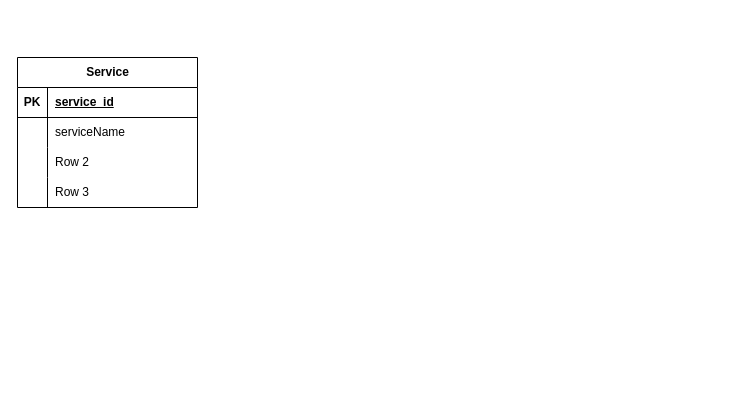
Earlier version of the draw.io diagram Service Database.drawio (alexraju01/filmfinder). Source tidied: cells renumbered, new cells numbered last; positions are measured from the earlier drawing's top-left corner, leaving out a move shared by most shapes. Both pictures are drawn from the tidied source at 100%, with x=0, y=0 at pixel (17, 57).
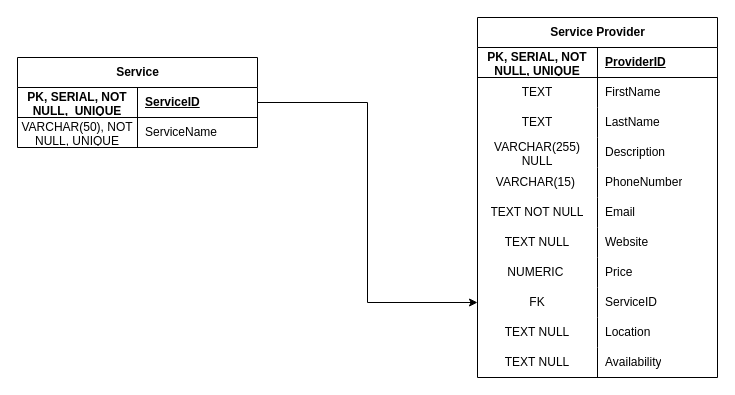
The same diagram, later.

Change to the diagram source:
```diff
@@
+    <mxCell id="15" value="Service Provider" style="shape=table;startSize=30;childLayout=tableLayout;rowLines=0;fontStyle=1;align=center;html=1;" parent="1" vertex="1">
+      <mxGeometry x="460" y="-40" width="240" height="360" as="geometry" />
+    </mxCell>
+    <mxCell id="16" style="shape=tableRow;horizontal=0;startSize=0;swimlaneHead=0;swimlaneBody=0;fillColor=none;top=0;left=0;right=0;bottom=1;" parent="15" vertex="1">
+      <mxGeometry y="30" width="240" height="30" as="geometry" />
+    </mxCell>
+    <mxCell id="17" value="PK, SERIAL, NOT NULL, UNIQUE" style="shape=partialRectangle;fillColor=none;top=0;left=0;bottom=0;right=0;fontStyle=1;overflow=hidden;whiteSpace=wrap;html=1;" parent="16" vertex="1">
+      <mxGeometry width="120" height="30" as="geometry" />
+    </mxCell>
+    <mxCell id="18" value="ProviderID" style="shape=partialRectangle;fillColor=none;top=0;left=0;bottom=0;right=0;align=left;spacingLeft=6;fontStyle=5;overflow=hidden;whiteSpace=wrap;html=1;" parent="16" vertex="1">
+      <mxGeometry x="120" width="120" height="30" as="geometry" />
+    </mxCell>
+    <mxCell id="19" style="shape=tableRow;horizontal=0;startSize=0;swimlaneHead=0;swimlaneBody=0;fillColor=none;top=0;left=0;right=0;bottom=0;" parent="15" vertex="1">
+      <mxGeometry y="60" width="240" height="30" as="geometry" />
+    </mxCell>
+    <mxCell id="20" value="TEXT" style="shape=partialRectangle;fillColor=none;top=0;left=0;bottom=0;right=0;overflow=hidden;whiteSpace=wrap;html=1;" parent="19" vertex="1">
+      <mxGeometry width="120" height="30" as="geometry" />
+    </mxCell>
+    <mxCell id="21" value="FirstName" style="shape=partialRectangle;fillColor=none;top=0;left=0;bottom=0;right=0;align=left;spacingLeft=6;overflow=hidden;whiteSpace=wrap;html=1;" parent="19" vertex="1">
+      <mxGeometry x="120" width="120" height="30" as="geometry" />
+    </mxCell>
+    <mxCell id="22" style="shape=tableRow;horizontal=0;startSize=0;swimlaneHead=0;swimlaneBody=0;fillColor=none;top=0;left=0;right=0;bottom=0;" parent="15" vertex="1">
+      <mxGeometry y="90" width="240" height="30" as="geometry" />
+    </mxCell>
+    <mxCell id="23" value="TEXT" style="shape=partialRectangle;fillColor=none;top=0;left=0;bottom=0;right=0;overflow=hidden;whiteSpace=wrap;html=1;" parent="22" vertex="1">
+      <mxGeometry width="120" height="30" as="geometry" />
+    </mxCell>
+    <mxCell id="24" value="LastName" style="shape=partialRectangle;fillColor=none;top=0;left=0;bottom=0;right=0;align=left;spacingLeft=6;overflow=hidden;whiteSpace=wrap;html=1;" parent="22" vertex="1">
+      <mxGeometry x="120" width="120" height="30" as="geometry" />
+    </mxCell>
+    <mxCell id="25" style="shape=tableRow;horizontal=0;startSize=0;swimlaneHead=0;swimlaneBody=0;fillColor=none;top=0;left=0;right=0;bottom=0;" parent="15" vertex="1">
+      <mxGeometry y="120" width="240" height="30" as="geometry" />
+    </mxCell>
+    <mxCell id="26" value="VARCHAR(255) NULL" style="shape=partialRectangle;fillColor=none;top=0;left=0;bottom=0;right=0;overflow=hidden;whiteSpace=wrap;html=1;" parent="25" vertex="1">
+      <mxGeometry width="120" height="30" as="geometry" />
+    </mxCell>
+    <mxCell id="27" value="D&lt;span style=&quot;background-color: initial;&quot;&gt;escription&lt;/span&gt;" style="shape=partialRectangle;fillColor=none;top=0;left=0;bottom=0;right=0;align=left;spacingLeft=6;overflow=hidden;whiteSpace=wrap;html=1;" parent="25" vertex="1">
+      <mxGeometry x="120" width="120" height="30" as="geometry" />
+    </mxCell>
+    <mxCell id="28" style="shape=tableRow;horizontal=0;startSize=0;swimlaneHead=0;swimlaneBody=0;fillColor=none;top=0;left=0;right=0;bottom=0;" parent="15" vertex="1">
+      <mxGeometry y="150" width="240" height="30" as="geometry" />
+    </mxCell>
+    <mxCell id="29" value="VARCHAR(15)&amp;nbsp;" style="shape=partialRectangle;fillColor=none;top=0;left=0;bottom=0;right=0;overflow=hidden;whiteSpace=wrap;html=1;" parent="28" vertex="1">
+      <mxGeometry width="120" height="30" as="geometry" />
+    </mxCell>
+    <mxCell id="30" value="PhoneNumber" style="shape=partialRectangle;fillColor=none;top=0;left=0;bottom=0;right=0;align=left;spacingLeft=6;overflow=hidden;whiteSpace=wrap;html=1;" parent="28" vertex="1">
+      <mxGeometry x="120" width="120" height="30" as="geometry" />
+    </mxCell>
+    <mxCell id="31" style="shape=tableRow;horizontal=0;startSize=0;swimlaneHead=0;swimlaneBody=0;fillColor=none;top=0;left=0;right=0;bottom=0;" parent="15" vertex="1">
+      <mxGeometry y="180" width="240" height="30" as="geometry" />
+    </mxCell>
+    <mxCell id="32" value="TEXT NOT NULL" style="shape=partialRectangle;fillColor=none;top=0;left=0;bottom=0;right=0;overflow=hidden;whiteSpace=wrap;html=1;" parent="31" vertex="1">
+      <mxGeometry width="120" height="30" as="geometry" />
+    </mxCell>
+    <mxCell id="33" value="Email" style="shape=partialRectangle;fillColor=none;top=0;left=0;bottom=0;right=0;align=left;spacingLeft=6;overflow=hidden;whiteSpace=wrap;html=1;" parent="31" vertex="1">
+      <mxGeometry x="120" width="120" height="30" as="geometry" />
+    </mxCell>
+    <mxCell id="34" style="shape=tableRow;horizontal=0;startSize=0;swimlaneHead=0;swimlaneBody=0;fillColor=none;top=0;left=0;right=0;bottom=0;" parent="15" vertex="1">
+      <mxGeometry y="210" width="240" height="30" as="geometry" />
+    </mxCell>
+    <mxCell id="35" value="TEXT NULL" style="shape=partialRectangle;fillColor=none;top=0;left=0;bottom=0;right=0;overflow=hidden;whiteSpace=wrap;html=1;" parent="34" vertex="1">
+      <mxGeometry width="120" height="30" as="geometry" />
+    </mxCell>
+    <mxCell id="36" value="Website" style="shape=partialRectangle;fillColor=none;top=0;left=0;bottom=0;right=0;align=left;spacingLeft=6;overflow=hidden;whiteSpace=wrap;html=1;" parent="34" vertex="1">
+      <mxGeometry x="120" width="120" height="30" as="geometry" />
+    </mxCell>
+    <mxCell id="37" style="shape=tableRow;horizontal=0;startSize=0;swimlaneHead=0;swimlaneBody=0;fillColor=none;top=0;left=0;right=0;bottom=0;" parent="15" vertex="1">
+      <mxGeometry y="240" width="240" height="30" as="geometry" />
+    </mxCell>
+    <mxCell id="38" value="NUMERIC&amp;nbsp;" style="shape=partialRectangle;fillColor=none;top=0;left=0;bottom=0;right=0;overflow=hidden;whiteSpace=wrap;html=1;" parent="37" vertex="1">
+      <mxGeometry width="120" height="30" as="geometry" />
+    </mxCell>
+    <mxCell id="39" value="Price" style="shape=partialRectangle;fillColor=none;top=0;left=0;bottom=0;right=0;align=left;spacingLeft=6;overflow=hidden;whiteSpace=wrap;html=1;" parent="37" vertex="1">
+      <mxGeometry x="120" width="120" height="30" as="geometry" />
+    </mxCell>
+    <mxCell id="40" style="shape=tableRow;horizontal=0;startSize=0;swimlaneHead=0;swimlaneBody=0;fillColor=none;points=[[0,0.5],[1,0.5]];portConstraint=eastwest;top=0;left=0;right=0;bottom=0;" parent="15" vertex="1">
+      <mxGeometry y="270" width="240" height="30" as="geometry" />
+    </mxCell>
+    <mxCell id="41" value="FK" style="shape=partialRectangle;fillColor=none;top=0;left=0;bottom=0;right=0;overflow=hidden;whiteSpace=wrap;html=1;" parent="40" vertex="1">
+      <mxGeometry width="120" height="30" as="geometry" />
+    </mxCell>
+    <mxCell id="42" value="ServiceID" style="shape=partialRectangle;fillColor=none;top=0;left=0;bottom=0;right=0;align=left;spacingLeft=6;overflow=hidden;whiteSpace=wrap;html=1;" parent="40" vertex="1">
+      <mxGeometry x="120" width="120" height="30" as="geometry" />
+    </mxCell>
+    <mxCell id="43" style="shape=tableRow;horizontal=0;startSize=0;swimlaneHead=0;swimlaneBody=0;fillColor=none;top=0;left=0;right=0;bottom=0;" parent="15" vertex="1">
+      <mxGeometry y="300" width="240" height="30" as="geometry" />
+    </mxCell>
+    <mxCell id="44" value="TEXT NULL" style="shape=partialRectangle;fillColor=none;top=0;left=0;bottom=0;right=0;overflow=hidden;whiteSpace=wrap;html=1;" parent="43" vertex="1">
+      <mxGeometry width="120" height="30" as="geometry" />
+    </mxCell>
+    <mxCell id="45" value="Location" style="shape=partialRectangle;fillColor=none;top=0;left=0;bottom=0;right=0;align=left;spacingLeft=6;overflow=hidden;whiteSpace=wrap;html=1;" parent="43" vertex="1">
+      <mxGeometry x="120" width="120" height="30" as="geometry" />
+    </mxCell>
+    <mxCell id="46" style="shape=tableRow;horizontal=0;startSize=0;swimlaneHead=0;swimlaneBody=0;fillColor=none;top=0;left=0;right=0;bottom=0;" parent="15" vertex="1">
+      <mxGeometry y="330" width="240" height="30" as="geometry" />
+    </mxCell>
+    <mxCell id="47" value="TEXT NULL" style="shape=partialRectangle;fillColor=none;top=0;left=0;bottom=0;right=0;overflow=hidden;whiteSpace=wrap;html=1;" parent="46" vertex="1">
+      <mxGeometry width="120" height="30" as="geometry" />
+    </mxCell>
+    <mxCell id="48" value="Availability" style="shape=partialRectangle;fillColor=none;top=0;left=0;bottom=0;right=0;align=left;spacingLeft=6;overflow=hidden;whiteSpace=wrap;html=1;" parent="46" vertex="1">
+      <mxGeometry x="120" width="120" height="30" as="geometry" />
+    </mxCell>
     <mxCell id="2" value="Service" style="shape=table;startSize=30;childLayout=tableLayout;rowLines=0;fontStyle=1;align=center;html=1;" parent="1" vertex="1">
-      <mxGeometry width="180" height="150" as="geometry" />
+      <mxGeometry width="240" height="90" as="geometry" />
     </mxCell>
     <mxCell id="3" style="shape=tableRow;horizontal=0;startSize=0;swimlaneHead=0;swimlaneBody=0;fillColor=none;points=[[0,0.5],[1,0.5]];portConstraint=eastwest;top=0;left=0;right=0;bottom=1;" parent="2" vertex="1">
-      <mxGeometry y="30" width="180" height="30" as="geometry" />
+      <mxGeometry y="30" width="240" height="30" as="geometry" />
     </mxCell>
-    <mxCell id="4" value="PK" style="shape=partialRectangle;fillColor=none;top=0;left=0;bottom=0;right=0;fontStyle=1;overflow=hidden;whiteSpace=wrap;html=1;" parent="3" vertex="1">
-      <mxGeometry width="30" height="30" as="geometry" />
+    <mxCell id="4" value="PK, SERIAL, NOT NULL,&amp;nbsp; UNIQUE" style="shape=partialRectangle;fillColor=none;top=0;left=0;bottom=0;right=0;fontStyle=1;overflow=hidden;whiteSpace=wrap;html=1;" parent="3" vertex="1">
+      <mxGeometry width="120" height="30" as="geometry" />
     </mxCell>
-    <mxCell id="5" value="service_id" style="shape=partialRectangle;fillColor=none;top=0;left=0;bottom=0;right=0;align=left;spacingLeft=6;fontStyle=5;overflow=hidden;whiteSpace=wrap;html=1;" parent="3" vertex="1">
-      <mxGeometry x="30" width="150" height="30" as="geometry" />
+    <mxCell id="5" value="ServiceID" style="shape=partialRectangle;fillColor=none;top=0;left=0;bottom=0;right=0;align=left;spacingLeft=6;fontStyle=5;overflow=hidden;whiteSpace=wrap;html=1;" parent="3" vertex="1">
+      <mxGeometry x="120" width="120" height="30" as="geometry" />
     </mxCell>
     <mxCell id="6" style="shape=tableRow;horizontal=0;startSize=0;swimlaneHead=0;swimlaneBody=0;fillColor=none;top=0;left=0;right=0;bottom=0;" parent="2" vertex="1">
-      <mxGeometry y="60" width="180" height="30" as="geometry" />
+      <mxGeometry y="60" width="240" height="30" as="geometry" />
     </mxCell>
-    <mxCell id="7" style="shape=partialRectangle;fillColor=none;top=0;left=0;bottom=0;right=0;overflow=hidden;whiteSpace=wrap;html=1;" parent="6" vertex="1">
-      <mxGeometry width="30" height="30" as="geometry" />
+    <mxCell id="7" value="VARCHAR(50), NOT NULL, UNIQUE" style="shape=partialRectangle;fillColor=none;top=0;left=0;bottom=0;right=0;overflow=hidden;whiteSpace=wrap;html=1;" parent="6" vertex="1">
+      <mxGeometry width="120" height="30" as="geometry" />
     </mxCell>
-    <mxCell id="8" value="serviceName" style="shape=partialRectangle;fillColor=none;top=0;left=0;bottom=0;right=0;align=left;spacingLeft=6;overflow=hidden;whiteSpace=wrap;html=1;" parent="6" vertex="1">
-      <mxGeometry x="30" width="150" height="30" as="geometry" />
+    <mxCell id="8" value="ServiceName" style="shape=partialRectangle;fillColor=none;top=0;left=0;bottom=0;right=0;align=left;spacingLeft=6;overflow=hidden;whiteSpace=wrap;html=1;" parent="6" vertex="1">
+      <mxGeometry x="120" width="120" height="30" as="geometry" />
     </mxCell>
-    <mxCell id="9" style="shape=tableRow;horizontal=0;startSize=0;swimlaneHead=0;swimlaneBody=0;fillColor=none;top=0;left=0;right=0;bottom=0;" parent="2" vertex="1">
-      <mxGeometry y="90" width="180" height="30" as="geometry" />
-    </mxCell>
-    <mxCell id="10" style="shape=partialRectangle;fillColor=none;top=0;left=0;bottom=0;right=0;overflow=hidden;whiteSpace=wrap;html=1;" parent="9" vertex="1">
-      <mxGeometry width="30" height="30" as="geometry" />
-    </mxCell>
-    <mxCell id="11" value="Row 2" style="shape=partialRectangle;fillColor=none;top=0;left=0;bottom=0;right=0;align=left;spacingLeft=6;overflow=hidden;whiteSpace=wrap;html=1;" parent="9" vertex="1">
-      <mxGeometry x="30" width="150" height="30" as="geometry" />
-    </mxCell>
-    <mxCell id="12" style="shape=tableRow;horizontal=0;startSize=0;swimlaneHead=0;swimlaneBody=0;fillColor=none;top=0;left=0;right=0;bottom=0;" parent="2" vertex="1">
-      <mxGeometry y="120" width="180" height="30" as="geometry" />
-    </mxCell>
-    <mxCell id="13" style="shape=partialRectangle;fillColor=none;top=0;left=0;bottom=0;right=0;overflow=hidden;whiteSpace=wrap;html=1;" parent="12" vertex="1">
-      <mxGeometry width="30" height="30" as="geometry" />
-    </mxCell>
-    <mxCell id="14" value="Row 3" style="shape=partialRectangle;fillColor=none;top=0;left=0;bottom=0;right=0;align=left;spacingLeft=6;overflow=hidden;whiteSpace=wrap;html=1;" parent="12" vertex="1">
-      <mxGeometry x="30" width="150" height="30" as="geometry" />
-    </mxCell>
+    <mxCell id="49" style="edgeStyle=orthogonalEdgeStyle;rounded=0;jettySize=auto;html=1;exitX=1;exitY=0.5;exitDx=0;exitDy=0;entryX=0;entryY=0.5;entryDx=0;entryDy=0;" parent="1" edge="1" source="3" target="40">
+      <mxGeometry relative="1" as="geometry" />
+    </mxCell>
```
